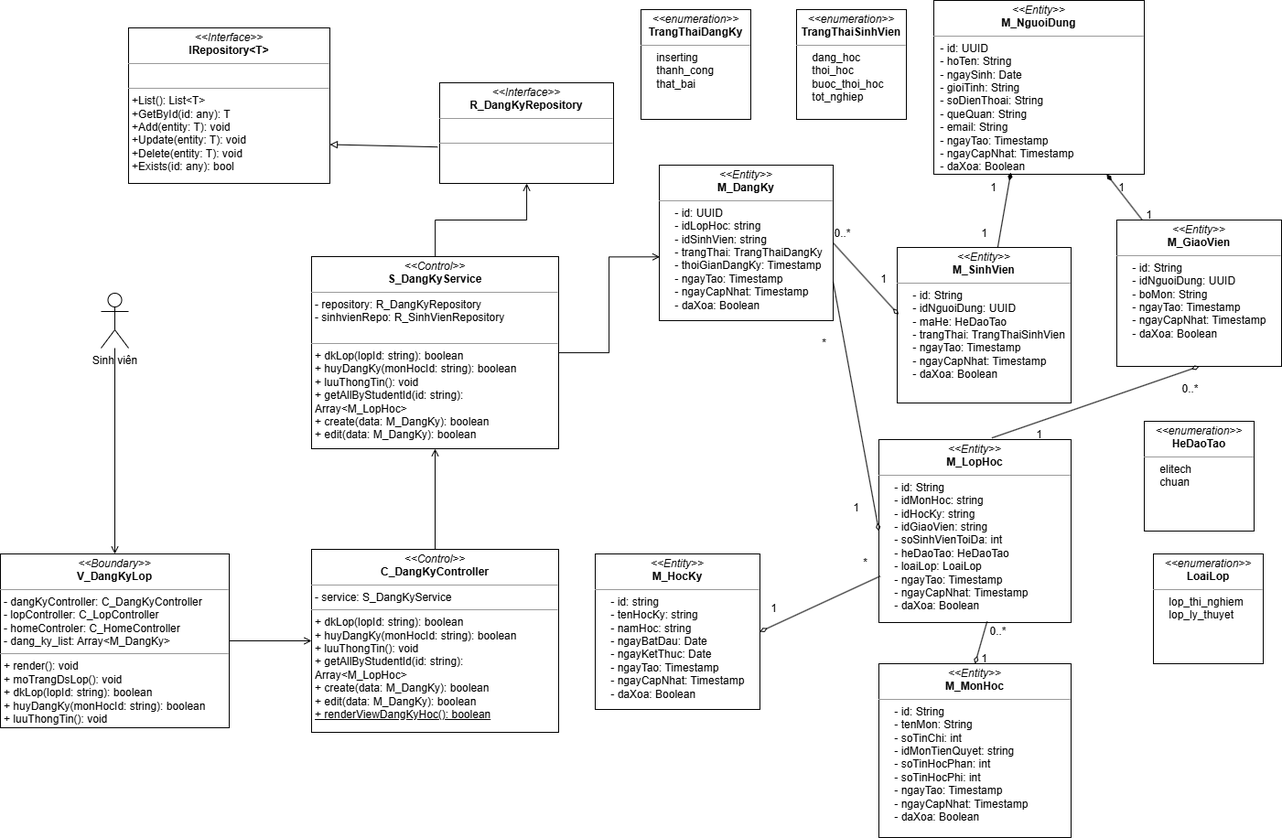
Earlier version of the draw.io export Class Diagram/DK_Tin_Chi/Dang_ky_tin_chi_class_diagram.drawio.png (imvietcuongfrvietnam/PTTKHT). Source tidied: cells renumbered, new cells last; positions are measured from the earlier drawing's top-left corner, leaving out a move shared by most shapes.
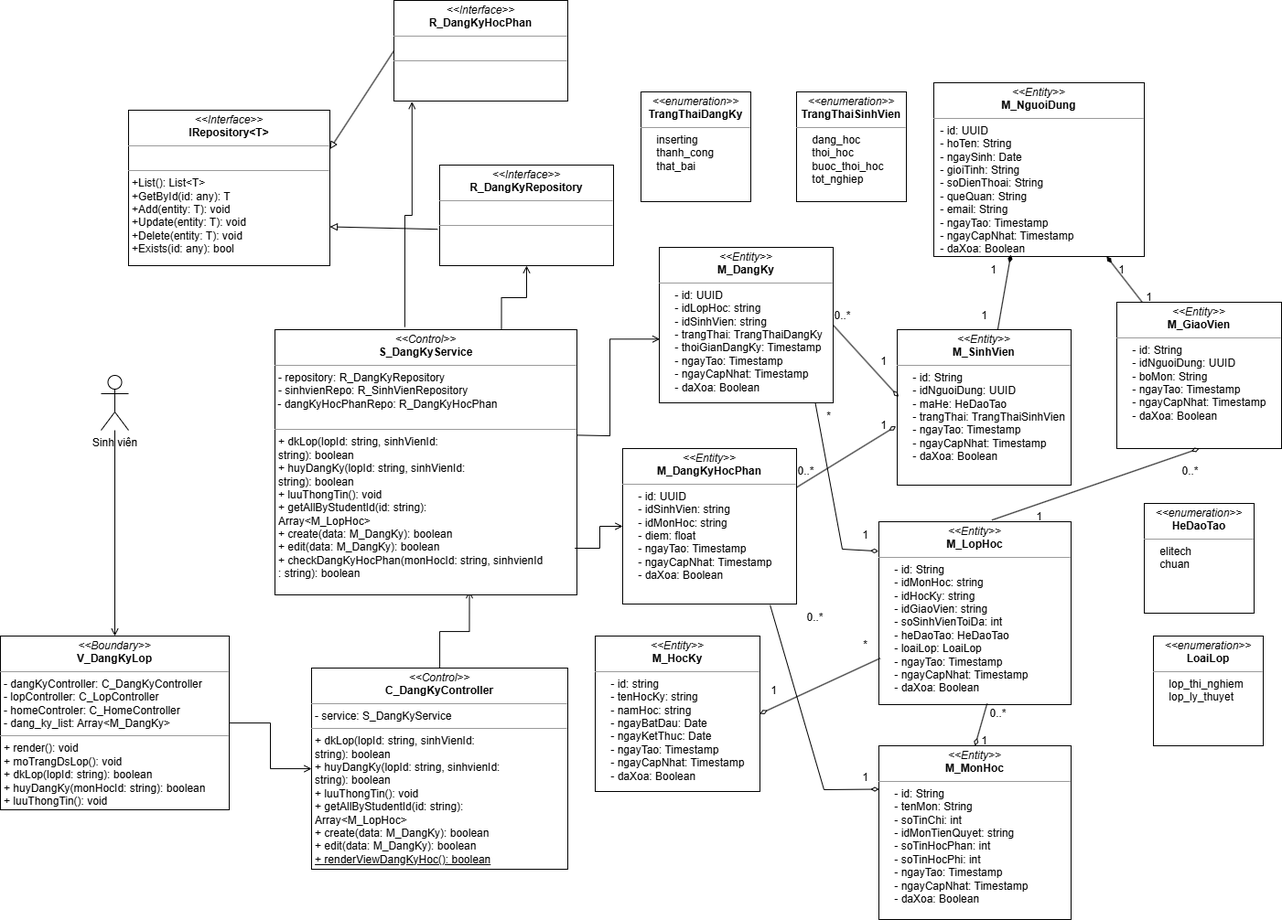
The same diagram one commit later.

What changed in the source:
```diff
@@ -16,14 +16,11 @@
     </mxCell>
-    <mxCell id="6" style="edgeStyle=orthogonalEdgeStyle;rounded=0;jettySize=auto;html=1;endArrow=open;endFill=0;" parent="1" edge="1" source="7" target="9">
+    <mxCell id="6" style="edgeStyle=orthogonalEdgeStyle;rounded=0;jettySize=auto;html=1;endArrow=open;endFill=0;entryX=0.644;entryY=0.985;entryDx=0;entryDy=0;entryPerimeter=0;" parent="1" edge="1" source="7" target="46">
       <mxGeometry relative="1" as="geometry" />
     </mxCell>
-    <mxCell id="7" value="&lt;p style=&quot;margin:0px;margin-top:4px;text-align:center;&quot;&gt;&lt;i&gt;&amp;lt;&amp;lt;Control&amp;gt;&amp;gt;&lt;/i&gt;&lt;br&gt;&lt;b&gt;C_DangKyController&lt;/b&gt;&lt;/p&gt;&lt;hr size=&quot;1&quot;&gt;&lt;p style=&quot;margin:0px;margin-left:4px;&quot;&gt;&lt;span style=&quot;background-color: transparent; color: light-dark(rgb(0, 0, 0), rgb(255, 255, 255));&quot;&gt;- service: S_DangKyService&lt;br&gt;&lt;/span&gt;&lt;/p&gt;&lt;hr size=&quot;1&quot;&gt;&lt;p style=&quot;margin:0px;margin-left:4px;&quot;&gt;&lt;span style=&quot;background-color: transparent; color: light-dark(rgb(0, 0, 0), rgb(255, 255, 255));&quot;&gt;+ dkLop(lopId: string): boolean&lt;/span&gt;&lt;/p&gt;&lt;p style=&quot;margin:0px;margin-left:4px;&quot;&gt;+ huyDangKy(monHocId: string): boolean&lt;/p&gt;&lt;p style=&quot;margin:0px;margin-left:4px;&quot;&gt;+ luuThongTin(): void&lt;/p&gt;&lt;p style=&quot;margin:0px;margin-left:4px;&quot;&gt;&lt;span style=&quot;background-color: transparent; color: light-dark(rgb(0, 0, 0), rgb(255, 255, 255));&quot;&gt;+ getAllByStudentId(id: string):&amp;nbsp;&lt;/span&gt;&lt;/p&gt;&lt;p style=&quot;margin:0px;margin-left:4px;&quot;&gt;&lt;span style=&quot;background-color: transparent; color: light-dark(rgb(0, 0, 0), rgb(255, 255, 255));&quot;&gt;Array&amp;lt;M_LopHoc&amp;gt;&lt;/span&gt;&lt;/p&gt;&lt;p style=&quot;margin:0px;margin-left:4px;&quot;&gt;&lt;span style=&quot;background-color: transparent; color: light-dark(rgb(0, 0, 0), rgb(255, 255, 255));&quot;&gt;+ create(data: M_DangKy): boolean&lt;/span&gt;&lt;/p&gt;&lt;p style=&quot;margin:0px;margin-left:4px;&quot;&gt;&lt;span style=&quot;background-color: transparent; color: light-dark(rgb(0, 0, 0), rgb(255, 255, 255));&quot;&gt;+ edit(data: M_DangKy): boolean&lt;/span&gt;&lt;/p&gt;&lt;p style=&quot;margin:0px;margin-left:4px;&quot;&gt;&lt;span style=&quot;background-color: transparent; color: light-dark(rgb(0, 0, 0), rgb(255, 255, 255));&quot;&gt;&lt;u&gt;+ renderViewDangKyHoc(): boolean&lt;/u&gt;&lt;/span&gt;&lt;/p&gt;&lt;p style=&quot;margin:0px;margin-left:4px;&quot;&gt;&lt;br&gt;&lt;/p&gt;" style="verticalAlign=top;align=left;overflow=fill;fontSize=12;fontFamily=Helvetica;html=1;rounded=0;shadow=0;comic=0;labelBackgroundColor=none;strokeWidth=1;" parent="1" vertex="1">
-      <mxGeometry x="340" y="600" width="270" height="200" as="geometry" />
+    <mxCell id="7" value="&lt;p style=&quot;margin:0px;margin-top:4px;text-align:center;&quot;&gt;&lt;i&gt;&amp;lt;&amp;lt;Control&amp;gt;&amp;gt;&lt;/i&gt;&lt;br&gt;&lt;b&gt;C_DangKyController&lt;/b&gt;&lt;/p&gt;&lt;hr size=&quot;1&quot;&gt;&lt;p style=&quot;margin:0px;margin-left:4px;&quot;&gt;&lt;span style=&quot;background-color: transparent; color: light-dark(rgb(0, 0, 0), rgb(255, 255, 255));&quot;&gt;- service: S_DangKyService&lt;br&gt;&lt;/span&gt;&lt;/p&gt;&lt;hr size=&quot;1&quot;&gt;&lt;p style=&quot;margin: 0px 0px 0px 4px;&quot;&gt;&lt;span style=&quot;background-color: transparent; color: light-dark(rgb(0, 0, 0), rgb(255, 255, 255));&quot;&gt;+ dkLop(lopId: string,&amp;nbsp;&lt;/span&gt;&lt;span style=&quot;background-color: transparent; color: light-dark(rgb(0, 0, 0), rgb(255, 255, 255));&quot;&gt;sinhVienId:&amp;nbsp;&lt;/span&gt;&lt;/p&gt;&lt;p style=&quot;margin: 0px 0px 0px 4px;&quot;&gt;&lt;span style=&quot;background-color: transparent; color: light-dark(rgb(0, 0, 0), rgb(255, 255, 255));&quot;&gt;string&lt;/span&gt;&lt;span style=&quot;background-color: transparent; color: light-dark(rgb(0, 0, 0), rgb(255, 255, 255));&quot;&gt;): boolean&lt;/span&gt;&lt;/p&gt;&lt;p style=&quot;margin: 0px 0px 0px 4px;&quot;&gt;+ huyDangKy(lopId: string,&amp;nbsp;&lt;span style=&quot;background-color: transparent; color: light-dark(rgb(0, 0, 0), rgb(255, 255, 255));&quot;&gt;sinhvienId:&lt;/span&gt;&lt;/p&gt;&lt;p style=&quot;margin: 0px 0px 0px 4px;&quot;&gt;&lt;span style=&quot;background-color: transparent; color: light-dark(rgb(0, 0, 0), rgb(255, 255, 255));&quot;&gt;string&lt;/span&gt;): boolean&lt;/p&gt;&lt;p style=&quot;margin:0px;margin-left:4px;&quot;&gt;+ luuThongTin(): void&lt;/p&gt;&lt;p style=&quot;margin:0px;margin-left:4px;&quot;&gt;&lt;span style=&quot;background-color: transparent; color: light-dark(rgb(0, 0, 0), rgb(255, 255, 255));&quot;&gt;+ getAllByStudentId(id: string):&amp;nbsp;&lt;/span&gt;&lt;/p&gt;&lt;p style=&quot;margin:0px;margin-left:4px;&quot;&gt;&lt;span style=&quot;background-color: transparent; color: light-dark(rgb(0, 0, 0), rgb(255, 255, 255));&quot;&gt;Array&amp;lt;M_LopHoc&amp;gt;&lt;/span&gt;&lt;/p&gt;&lt;p style=&quot;margin:0px;margin-left:4px;&quot;&gt;&lt;span style=&quot;background-color: transparent; color: light-dark(rgb(0, 0, 0), rgb(255, 255, 255));&quot;&gt;+ create(data: M_DangKy): boolean&lt;/span&gt;&lt;/p&gt;&lt;p style=&quot;margin:0px;margin-left:4px;&quot;&gt;&lt;span style=&quot;background-color: transparent; color: light-dark(rgb(0, 0, 0), rgb(255, 255, 255));&quot;&gt;+ edit(data: M_DangKy): boolean&lt;/span&gt;&lt;/p&gt;&lt;p style=&quot;margin:0px;margin-left:4px;&quot;&gt;&lt;span style=&quot;background-color: transparent; color: light-dark(rgb(0, 0, 0), rgb(255, 255, 255));&quot;&gt;&lt;u&gt;+ renderViewDangKyHoc(): boolean&lt;/u&gt;&lt;/span&gt;&lt;/p&gt;&lt;p style=&quot;margin:0px;margin-left:4px;&quot;&gt;&lt;br&gt;&lt;/p&gt;" style="verticalAlign=top;align=left;overflow=fill;fontSize=12;fontFamily=Helvetica;html=1;rounded=0;shadow=0;comic=0;labelBackgroundColor=none;strokeWidth=1;" parent="1" vertex="1">
+      <mxGeometry x="340" y="640" width="280" height="220" as="geometry" />
     </mxCell>
-    <mxCell id="8" style="edgeStyle=orthogonalEdgeStyle;rounded=0;jettySize=auto;html=1;endArrow=open;endFill=0;" parent="1" edge="1" source="9" target="10">
+    <mxCell id="8" style="edgeStyle=orthogonalEdgeStyle;rounded=0;jettySize=auto;html=1;endArrow=open;endFill=0;exitX=0.75;exitY=0;exitDx=0;exitDy=0;" parent="1" edge="1" source="46" target="10">
       <mxGeometry relative="1" as="geometry" />
     </mxCell>
-    <mxCell id="9" value="&lt;p style=&quot;margin:0px;margin-top:4px;text-align:center;&quot;&gt;&lt;i&gt;&amp;lt;&amp;lt;Control&amp;gt;&amp;gt;&lt;/i&gt;&lt;br&gt;&lt;b&gt;S_DangKyService&lt;/b&gt;&lt;/p&gt;&lt;hr size=&quot;1&quot;&gt;&lt;p style=&quot;margin:0px;margin-left:4px;&quot;&gt;&lt;span style=&quot;background-color: transparent; color: light-dark(rgb(0, 0, 0), rgb(255, 255, 255));&quot;&gt;- repository: R_DangKyRepository&lt;br&gt;&lt;/span&gt;&lt;/p&gt;&lt;p style=&quot;margin:0px;margin-left:4px;&quot;&gt;&lt;span style=&quot;background-color: transparent; color: light-dark(rgb(0, 0, 0), rgb(255, 255, 255));&quot;&gt;-&amp;nbsp;&lt;/span&gt;&lt;span style=&quot;background-color: transparent; color: light-dark(rgb(0, 0, 0), rgb(255, 255, 255));&quot;&gt;sinhvienRepo: R_SinhVienRepository&lt;/span&gt;&lt;/p&gt;&lt;div&gt;&lt;span style=&quot;background-color: transparent; color: light-dark(rgb(0, 0, 0), rgb(255, 255, 255));&quot;&gt;&lt;br&gt;&lt;/span&gt;&lt;/div&gt;&lt;hr size=&quot;1&quot;&gt;&lt;p style=&quot;margin:0px;margin-left:4px;&quot;&gt;&lt;span style=&quot;background-color: transparent; color: light-dark(rgb(0, 0, 0), rgb(255, 255, 255));&quot;&gt;+ dkLop(lopId: string): boolean&lt;/span&gt;&lt;/p&gt;&lt;p style=&quot;margin:0px;margin-left:4px;&quot;&gt;+ huyDangKy(monHocId: string): boolean&lt;/p&gt;&lt;p style=&quot;margin:0px;margin-left:4px;&quot;&gt;+ luuThongTin(): void&lt;/p&gt;&lt;p style=&quot;margin:0px;margin-left:4px;&quot;&gt;&lt;span style=&quot;background-color: transparent; color: light-dark(rgb(0, 0, 0), rgb(255, 255, 255));&quot;&gt;+ getAllByStudentId(id: string):&amp;nbsp;&lt;/span&gt;&lt;/p&gt;&lt;p style=&quot;margin:0px;margin-left:4px;&quot;&gt;&lt;span style=&quot;background-color: transparent; color: light-dark(rgb(0, 0, 0), rgb(255, 255, 255));&quot;&gt;Array&amp;lt;M_LopHoc&amp;gt;&lt;/span&gt;&lt;/p&gt;&lt;p style=&quot;margin:0px;margin-left:4px;&quot;&gt;&lt;span style=&quot;background-color: transparent; color: light-dark(rgb(0, 0, 0), rgb(255, 255, 255));&quot;&gt;+ create(data: M_DangKy): boolean&lt;/span&gt;&lt;/p&gt;&lt;p style=&quot;margin:0px;margin-left:4px;&quot;&gt;&lt;span style=&quot;background-color: transparent; color: light-dark(rgb(0, 0, 0), rgb(255, 255, 255));&quot;&gt;+ edit(data: M_DangKy): boolean&lt;/span&gt;&lt;/p&gt;&lt;p style=&quot;margin:0px;margin-left:4px;&quot;&gt;&lt;br&gt;&lt;/p&gt;" style="verticalAlign=top;align=left;overflow=fill;fontSize=12;fontFamily=Helvetica;html=1;rounded=0;shadow=0;comic=0;labelBackgroundColor=none;strokeWidth=1;" parent="1" vertex="1">
-      <mxGeometry x="340" y="280" width="270" height="210" as="geometry" />
-    </mxCell>
     <mxCell id="10" value="&lt;p style=&quot;margin:0px;margin-top:4px;text-align:center;&quot;&gt;&lt;i&gt;&amp;lt;&amp;lt;Interface&amp;gt;&amp;gt;&lt;/i&gt;&lt;br&gt;&lt;b&gt;R_DangKyRepository&lt;/b&gt;&lt;/p&gt;&lt;hr size=&quot;1&quot;&gt;&lt;p style=&quot;margin:0px;margin-left:4px;&quot;&gt;&lt;br&gt;&lt;/p&gt;&lt;hr size=&quot;1&quot;&gt;&lt;p style=&quot;margin: 0px 0px 0px 4px;&quot;&gt;&lt;br&gt;&lt;/p&gt;" style="verticalAlign=top;align=left;overflow=fill;fontSize=12;fontFamily=Helvetica;html=1;rounded=0;shadow=0;comic=0;labelBackgroundColor=none;strokeWidth=1;" parent="1" vertex="1">
@@ -55,7 +52,17 @@
     </mxCell>
-    <mxCell id="19" style="edgeStyle=orthogonalEdgeStyle;rounded=0;jettySize=auto;html=1;entryX=0.003;entryY=0.59;entryDx=0;entryDy=0;entryPerimeter=0;endArrow=open;endFill=0;" parent="1" edge="1" source="9" target="13">
-      <mxGeometry relative="1" as="geometry" />
+    <mxCell id="19" style="edgeStyle=orthogonalEdgeStyle;rounded=0;jettySize=auto;html=1;entryX=0.003;entryY=0.59;entryDx=0;entryDy=0;entryPerimeter=0;endArrow=open;endFill=0;" parent="1" edge="1" target="13">
+      <mxGeometry relative="1" as="geometry">
+        <mxPoint x="610" y="385" as="sourcePoint" />
+        <Array as="points">
+          <mxPoint x="666" y="386" />
+          <mxPoint x="666" y="280" />
+        </Array>
+      </mxGeometry>
     </mxCell>
-    <mxCell id="20" style="endArrow=diamondThin;html=1;rounded=0;entryX=0;entryY=0.5;entryDx=0;entryDy=0;endFill=0;exitX=1;exitY=0.75;exitDx=0;exitDy=0;" parent="1" edge="1" source="13" target="14">
-      <mxGeometry relative="1" as="geometry" />
+    <mxCell id="20" style="endArrow=diamondThin;html=1;rounded=0;entryX=-0.002;entryY=0.161;entryDx=0;entryDy=0;endFill=0;exitX=0.897;exitY=0.998;exitDx=0;exitDy=0;entryPerimeter=0;exitPerimeter=0;" parent="1" edge="1" source="13" target="14">
+      <mxGeometry relative="1" as="geometry">
+        <Array as="points">
+          <mxPoint x="920" y="510" />
+        </Array>
+      </mxGeometry>
     </mxCell>
@@ -92,6 +99,6 @@
     <mxCell id="31" value="*" style="text;html=1;align=center;verticalAlign=middle;strokeColor=none;fillColor=none;" parent="1" vertex="1">
-      <mxGeometry x="885" y="360" width="30" height="30" as="geometry" />
+      <mxGeometry x="890" y="350" width="30" height="30" as="geometry" />
     </mxCell>
     <mxCell id="32" value="1" style="text;html=1;align=center;verticalAlign=middle;strokeColor=none;fillColor=none;" parent="1" vertex="1">
-      <mxGeometry x="920" y="540" width="30" height="30" as="geometry" />
+      <mxGeometry x="930" y="480" width="30" height="30" as="geometry" />
     </mxCell>
@@ -136,2 +143,42 @@
     </mxCell>
+    <mxCell id="46" value="&lt;p style=&quot;margin:0px;margin-top:4px;text-align:center;&quot;&gt;&lt;i&gt;&amp;lt;&amp;lt;Control&amp;gt;&amp;gt;&lt;/i&gt;&lt;br&gt;&lt;b&gt;S_DangKyService&lt;/b&gt;&lt;/p&gt;&lt;hr size=&quot;1&quot;&gt;&lt;p style=&quot;margin:0px;margin-left:4px;&quot;&gt;&lt;span style=&quot;background-color: transparent; color: light-dark(rgb(0, 0, 0), rgb(255, 255, 255));&quot;&gt;- repository: R_DangKyRepository&lt;br&gt;&lt;/span&gt;&lt;/p&gt;&lt;p style=&quot;margin:0px;margin-left:4px;&quot;&gt;&lt;span style=&quot;background-color: transparent; color: light-dark(rgb(0, 0, 0), rgb(255, 255, 255));&quot;&gt;-&amp;nbsp;&lt;/span&gt;&lt;span style=&quot;background-color: transparent; color: light-dark(rgb(0, 0, 0), rgb(255, 255, 255));&quot;&gt;sinhvienRepo: R_SinhVienRepository&lt;/span&gt;&lt;/p&gt;&lt;div&gt;&lt;span style=&quot;background-color: transparent; color: light-dark(rgb(0, 0, 0), rgb(255, 255, 255));&quot;&gt;&amp;nbsp;- dangKyHocPhanRepo: R_DangKyHocPhan&lt;/span&gt;&lt;/div&gt;&lt;div&gt;&lt;span style=&quot;background-color: transparent; color: light-dark(rgb(0, 0, 0), rgb(255, 255, 255));&quot;&gt;&lt;br&gt;&lt;/span&gt;&lt;/div&gt;&lt;hr size=&quot;1&quot;&gt;&lt;p style=&quot;margin:0px;margin-left:4px;&quot;&gt;&lt;span style=&quot;background-color: transparent; color: light-dark(rgb(0, 0, 0), rgb(255, 255, 255));&quot;&gt;+ dkLop(lopId: string,&amp;nbsp;&lt;/span&gt;&lt;span style=&quot;background-color: transparent; color: light-dark(rgb(0, 0, 0), rgb(255, 255, 255));&quot;&gt;sinhVienId:&amp;nbsp;&lt;/span&gt;&lt;/p&gt;&lt;p style=&quot;margin:0px;margin-left:4px;&quot;&gt;&lt;span style=&quot;background-color: transparent; color: light-dark(rgb(0, 0, 0), rgb(255, 255, 255));&quot;&gt;string&lt;/span&gt;&lt;span style=&quot;background-color: transparent; color: light-dark(rgb(0, 0, 0), rgb(255, 255, 255));&quot;&gt;): boolean&lt;/span&gt;&lt;/p&gt;&lt;p style=&quot;margin:0px;margin-left:4px;&quot;&gt;+ huyDangKy(lopId: string,&amp;nbsp;&lt;span style=&quot;background-color: transparent; color: light-dark(rgb(0, 0, 0), rgb(255, 255, 255));&quot;&gt;sinhVienId:&amp;nbsp;&lt;/span&gt;&lt;/p&gt;&lt;p style=&quot;margin:0px;margin-left:4px;&quot;&gt;&lt;span style=&quot;background-color: transparent; color: light-dark(rgb(0, 0, 0), rgb(255, 255, 255));&quot;&gt;string&lt;/span&gt;): boolean&lt;/p&gt;&lt;p style=&quot;margin:0px;margin-left:4px;&quot;&gt;+ luuThongTin(): void&lt;/p&gt;&lt;p style=&quot;margin:0px;margin-left:4px;&quot;&gt;&lt;span style=&quot;background-color: transparent; color: light-dark(rgb(0, 0, 0), rgb(255, 255, 255));&quot;&gt;+ getAllByStudentId(id: string):&amp;nbsp;&lt;/span&gt;&lt;/p&gt;&lt;p style=&quot;margin:0px;margin-left:4px;&quot;&gt;&lt;span style=&quot;background-color: transparent; color: light-dark(rgb(0, 0, 0), rgb(255, 255, 255));&quot;&gt;Array&amp;lt;M_LopHoc&amp;gt;&lt;/span&gt;&lt;/p&gt;&lt;p style=&quot;margin:0px;margin-left:4px;&quot;&gt;&lt;span style=&quot;background-color: transparent; color: light-dark(rgb(0, 0, 0), rgb(255, 255, 255));&quot;&gt;+ create(data: M_DangKy): boolean&lt;/span&gt;&lt;/p&gt;&lt;p style=&quot;margin:0px;margin-left:4px;&quot;&gt;&lt;span style=&quot;background-color: transparent; color: light-dark(rgb(0, 0, 0), rgb(255, 255, 255));&quot;&gt;+ edit(data: M_DangKy): boolean&lt;br&gt;+ checkDangKyHocPhan(monHocId: string, sinhvienId&lt;/span&gt;&lt;/p&gt;&lt;p style=&quot;margin:0px;margin-left:4px;&quot;&gt;&lt;span style=&quot;background-color: transparent; color: light-dark(rgb(0, 0, 0), rgb(255, 255, 255));&quot;&gt;: string): boolean&lt;/span&gt;&lt;/p&gt;&lt;p style=&quot;margin:0px;margin-left:4px;&quot;&gt;&lt;br&gt;&lt;/p&gt;" style="verticalAlign=top;align=left;overflow=fill;fontSize=12;fontFamily=Helvetica;html=1;rounded=0;shadow=0;comic=0;labelBackgroundColor=none;strokeWidth=1;" parent="1" vertex="1">
+      <mxGeometry x="300" y="270" width="330" height="290" as="geometry" />
+    </mxCell>
+    <mxCell id="47" value="&lt;p style=&quot;margin:0px;margin-top:4px;text-align:center;&quot;&gt;&lt;i&gt;&amp;lt;&amp;lt;Entity&amp;gt;&amp;gt;&lt;/i&gt;&lt;br&gt;&lt;b&gt;M_DangKyHocPhan&lt;/b&gt;&lt;/p&gt;&lt;hr size=&quot;1&quot;&gt;&lt;p style=&quot;margin:0px;margin-left:4px;&quot;&gt;&amp;nbsp; &amp;nbsp; - id: UUID&lt;/p&gt;&lt;p style=&quot;margin:0px;margin-left:4px;&quot;&gt;&amp;nbsp; &amp;nbsp; - idSinhVien: string&lt;/p&gt;&lt;p style=&quot;margin:0px;margin-left:4px;&quot;&gt;&amp;nbsp; &amp;nbsp; - idMonHoc: string&lt;/p&gt;&lt;p style=&quot;margin:0px;margin-left:4px;&quot;&gt;&amp;nbsp; &amp;nbsp; - diem: float&lt;/p&gt;&lt;p style=&quot;margin:0px;margin-left:4px;&quot;&gt;&amp;nbsp; &amp;nbsp; - ngayTao: Timestamp&lt;/p&gt;&lt;p style=&quot;margin:0px;margin-left:4px;&quot;&gt;&amp;nbsp; &amp;nbsp; - ngayCapNhat: Timestamp&lt;/p&gt;&lt;p style=&quot;margin:0px;margin-left:4px;&quot;&gt;&amp;nbsp; &amp;nbsp; - daXoa: Boolean&lt;/p&gt;" style="verticalAlign=top;align=left;overflow=fill;fontSize=12;fontFamily=Helvetica;html=1;rounded=0;shadow=0;comic=0;labelBackgroundColor=none;strokeWidth=1;" parent="1" vertex="1">
+      <mxGeometry x="680" y="400" width="190" height="170" as="geometry" />
+    </mxCell>
+    <mxCell id="48" style="endArrow=diamondThin;html=1;rounded=0;endFill=0;exitX=1;exitY=0.25;exitDx=0;exitDy=0;entryX=-0.007;entryY=0.621;entryDx=0;entryDy=0;entryPerimeter=0;" parent="1" edge="1" source="47" target="15">
+      <mxGeometry relative="1" as="geometry" />
+    </mxCell>
+    <mxCell id="49" style="endArrow=diamondThin;html=1;rounded=0;endFill=0;exitX=0.848;exitY=1.007;exitDx=0;exitDy=0;entryX=0;entryY=0.25;entryDx=0;entryDy=0;exitPerimeter=0;" parent="1" edge="1" source="47" target="40">
+      <mxGeometry relative="1" as="geometry">
+        <Array as="points">
+          <mxPoint x="900" y="773" />
+        </Array>
+      </mxGeometry>
+    </mxCell>
+    <mxCell id="50" style="edgeStyle=orthogonalEdgeStyle;rounded=0;jettySize=auto;html=1;endArrow=open;endFill=0;exitX=0.993;exitY=0.824;exitDx=0;exitDy=0;exitPerimeter=0;entryX=0;entryY=0.5;entryDx=0;entryDy=0;" parent="1" edge="1" source="46" target="47">
+      <mxGeometry relative="1" as="geometry" />
+    </mxCell>
+    <mxCell id="51" value="1" style="text;html=1;align=center;verticalAlign=middle;strokeColor=none;fillColor=none;" parent="1" vertex="1">
+      <mxGeometry x="950" y="360" width="30" height="30" as="geometry" />
+    </mxCell>
+    <mxCell id="52" value="0..*" style="text;html=1;align=center;verticalAlign=middle;strokeColor=none;fillColor=none;" parent="1" vertex="1">
+      <mxGeometry x="860" y="410" width="40" height="30" as="geometry" />
+    </mxCell>
+    <mxCell id="53" value="0..*" style="text;html=1;align=center;verticalAlign=middle;strokeColor=none;fillColor=none;" parent="1" vertex="1">
+      <mxGeometry x="870" y="570" width="40" height="30" as="geometry" />
+    </mxCell>
+    <mxCell id="54" value="1" style="text;html=1;align=center;verticalAlign=middle;strokeColor=none;fillColor=none;" parent="1" vertex="1">
+      <mxGeometry x="930" y="745" width="30" height="30" as="geometry" />
+    </mxCell>
+    <mxCell id="55" value="&lt;p style=&quot;margin:0px;margin-top:4px;text-align:center;&quot;&gt;&lt;i&gt;&amp;lt;&amp;lt;Interface&amp;gt;&amp;gt;&lt;/i&gt;&lt;br&gt;&lt;b&gt;R_DangKyHocPhan&lt;/b&gt;&lt;/p&gt;&lt;hr size=&quot;1&quot;&gt;&lt;p style=&quot;margin:0px;margin-left:4px;&quot;&gt;&lt;br&gt;&lt;/p&gt;&lt;hr size=&quot;1&quot;&gt;&lt;p style=&quot;margin: 0px 0px 0px 4px;&quot;&gt;&lt;br&gt;&lt;/p&gt;" style="verticalAlign=top;align=left;overflow=fill;fontSize=12;fontFamily=Helvetica;html=1;rounded=0;shadow=0;comic=0;labelBackgroundColor=none;strokeWidth=1;" parent="1" vertex="1">
+      <mxGeometry x="430" y="-90" width="190" height="110" as="geometry" />
+    </mxCell>
+    <mxCell id="56" style="edgeStyle=orthogonalEdgeStyle;rounded=0;jettySize=auto;html=1;endArrow=open;endFill=0;exitX=0.43;exitY=-0.01;exitDx=0;exitDy=0;exitPerimeter=0;entryX=0.104;entryY=1.006;entryDx=0;entryDy=0;entryPerimeter=0;" parent="1" edge="1" source="46" target="55">
+      <mxGeometry relative="1" as="geometry" />
+    </mxCell>
+    <mxCell id="57" style="endArrow=block;html=1;rounded=0;exitX=0;exitY=0.5;exitDx=0;exitDy=0;entryX=1;entryY=0.25;entryDx=0;entryDy=0;endFill=0;" parent="1" edge="1" source="55" target="11">
+      <mxGeometry relative="1" as="geometry" />
+    </mxCell>
   </root>
```
